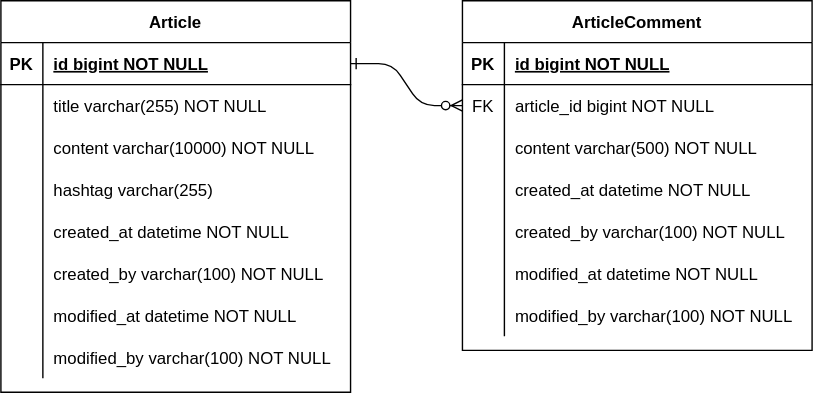
This is document/fc-board-erd.svg from bookpark/fc-board, a draw.io export, as it was before one commit. Source tidied: cells renumbered, new cells last; positions are measured from the earlier drawing's top-left corner, leaving out a move shared by most shapes.
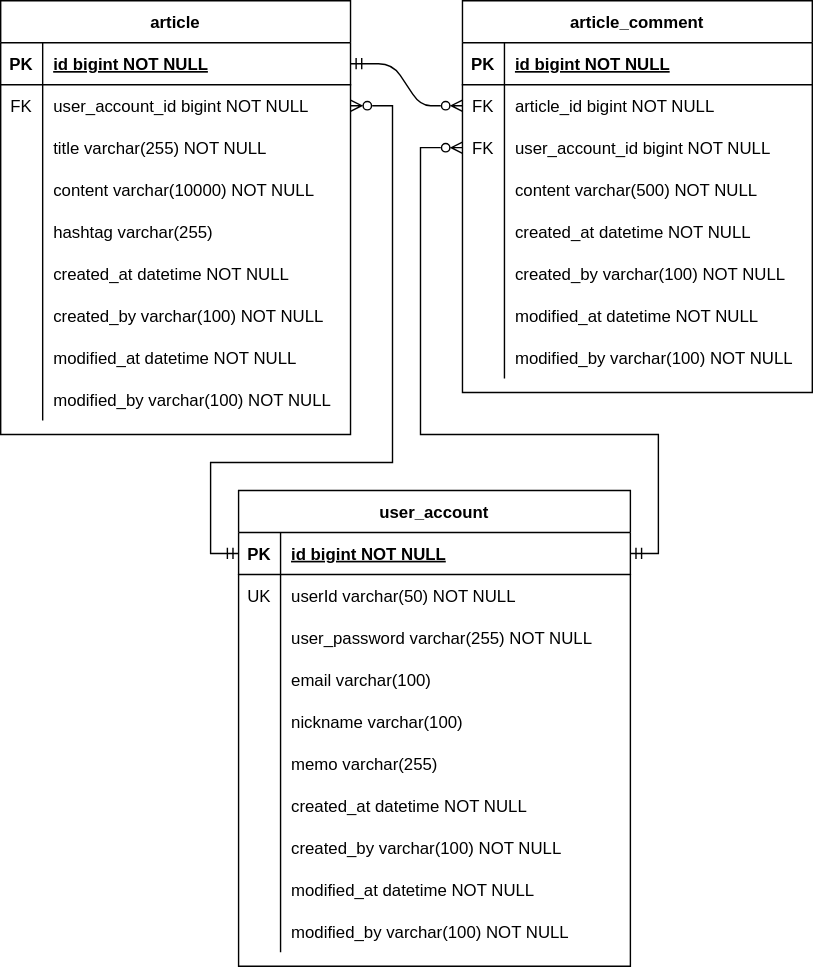
The same diagram one commit later.

Commit message:
ERD Update: user_account 추가

Change to the diagram source:
```diff
@@ -2,11 +2,11 @@
   <root>
     <mxCell id="0" />
     <mxCell id="1" parent="0" />
-    <mxCell id="2" style="edgeStyle=entityRelationEdgeStyle;endArrow=ERzeroToMany;startArrow=ERone;endFill=1;startFill=0;" parent="1" edge="1" source="26" target="7">
+    <mxCell id="2" style="edgeStyle=entityRelationEdgeStyle;endArrow=ERzeroToMany;startArrow=ERmandOne;endFill=0;startFill=0;" parent="1" edge="1" source="26" target="7">
       <mxGeometry relative="1" as="geometry" />
     </mxCell>
-    <mxCell id="3" value="ArticleComment" style="shape=table;startSize=30;rowLines=0;fontStyle=1;align=center;" parent="1" vertex="1">
-      <mxGeometry x="330" width="250" height="250" as="geometry" />
+    <mxCell id="3" value="article_comment" style="shape=table;startSize=30;rowLines=0;fontStyle=1;align=center;" parent="1" vertex="1">
+      <mxGeometry x="330" width="250" height="280" as="geometry" />
     </mxCell>
     <mxCell id="4" style="shape=partialRectangle;fillColor=none;top=0;left=0;right=0;bottom=1;" parent="3" vertex="1">
       <mxGeometry y="30" width="250" height="30" as="geometry" />
@@ -26,8 +26,17 @@
     <mxCell id="9" value="article_id bigint NOT NULL" style="shape=partialRectangle;overflow=hidden;fillColor=none;top=0;left=0;bottom=0;right=0;align=left;spacingLeft=6;" parent="7" vertex="1">
       <mxGeometry x="30" width="220" height="30" as="geometry" />
     </mxCell>
+    <mxCell id="50" style="shape=partialRectangle;fillColor=none;points=[[0,0.5],[1,0.5]];portConstraint=eastwest;top=0;left=0;right=0;bottom=0;" parent="3" vertex="1">
+      <mxGeometry y="90" width="250" height="30" as="geometry" />
+    </mxCell>
+    <mxCell id="51" value="FK" style="shape=partialRectangle;overflow=hidden;fillColor=none;top=0;left=0;bottom=0;right=0;" parent="50" vertex="1">
+      <mxGeometry width="30" height="30" as="geometry" />
+    </mxCell>
+    <mxCell id="52" value="user_account_id bigint NOT NULL" style="shape=partialRectangle;overflow=hidden;fillColor=none;top=0;left=0;bottom=0;right=0;align=left;spacingLeft=6;" parent="50" vertex="1">
+      <mxGeometry x="30" width="220" height="30" as="geometry" />
+    </mxCell>
     <mxCell id="10" style="shape=partialRectangle;fillColor=none;top=0;left=0;right=0;bottom=0;" parent="3" vertex="1">
-      <mxGeometry y="90" width="250" height="30" as="geometry" />
+      <mxGeometry y="120" width="250" height="30" as="geometry" />
     </mxCell>
     <mxCell id="11" style="shape=partialRectangle;overflow=hidden;fillColor=none;top=0;left=0;bottom=0;right=0;" parent="10" vertex="1">
       <mxGeometry width="30" height="30" as="geometry" />
@@ -36,7 +45,7 @@
       <mxGeometry x="30" width="220" height="30" as="geometry" />
     </mxCell>
     <mxCell id="13" style="shape=partialRectangle;fillColor=none;top=0;left=0;right=0;bottom=0;" parent="3" vertex="1">
-      <mxGeometry y="120" width="250" height="30" as="geometry" />
+      <mxGeometry y="150" width="250" height="30" as="geometry" />
     </mxCell>
     <mxCell id="14" style="shape=partialRectangle;overflow=hidden;fillColor=none;top=0;left=0;bottom=0;right=0;" parent="13" vertex="1">
       <mxGeometry width="30" height="30" as="geometry" />
@@ -45,7 +54,7 @@
       <mxGeometry x="30" width="220" height="30" as="geometry" />
     </mxCell>
     <mxCell id="16" style="shape=partialRectangle;fillColor=none;top=0;left=0;right=0;bottom=0;" parent="3" vertex="1">
-      <mxGeometry y="150" width="250" height="30" as="geometry" />
+      <mxGeometry y="180" width="250" height="30" as="geometry" />
     </mxCell>
     <mxCell id="17" style="shape=partialRectangle;overflow=hidden;fillColor=none;top=0;left=0;bottom=0;right=0;" parent="16" vertex="1">
       <mxGeometry width="30" height="30" as="geometry" />
@@ -54,7 +63,7 @@
       <mxGeometry x="30" width="220" height="30" as="geometry" />
     </mxCell>
     <mxCell id="19" style="shape=partialRectangle;fillColor=none;top=0;left=0;right=0;bottom=0;" parent="3" vertex="1">
-      <mxGeometry y="180" width="250" height="30" as="geometry" />
+      <mxGeometry y="210" width="250" height="30" as="geometry" />
     </mxCell>
     <mxCell id="20" style="shape=partialRectangle;overflow=hidden;fillColor=none;top=0;left=0;bottom=0;right=0;" parent="19" vertex="1">
       <mxGeometry width="30" height="30" as="geometry" />
@@ -63,7 +72,7 @@
       <mxGeometry x="30" width="220" height="30" as="geometry" />
     </mxCell>
     <mxCell id="22" style="shape=partialRectangle;fillColor=none;top=0;left=0;right=0;bottom=0;" parent="3" vertex="1">
-      <mxGeometry y="210" width="250" height="30" as="geometry" />
+      <mxGeometry y="240" width="250" height="30" as="geometry" />
     </mxCell>
     <mxCell id="23" style="shape=partialRectangle;overflow=hidden;fillColor=none;top=0;left=0;bottom=0;right=0;" parent="22" vertex="1">
       <mxGeometry width="30" height="30" as="geometry" />
@@ -71,8 +80,8 @@
     <mxCell id="24" value="modified_by varchar(100) NOT NULL" style="shape=partialRectangle;overflow=hidden;fillColor=none;top=0;left=0;bottom=0;right=0;align=left;spacingLeft=6;" parent="22" vertex="1">
       <mxGeometry x="30" width="220" height="30" as="geometry" />
     </mxCell>
-    <mxCell id="25" value="Article" style="shape=table;startSize=30;rowLines=0;fontStyle=1;align=center;" parent="1" vertex="1">
-      <mxGeometry width="250" height="280" as="geometry" />
+    <mxCell id="25" value="article" style="shape=table;startSize=30;rowLines=0;fontStyle=1;align=center;" parent="1" vertex="1">
+      <mxGeometry width="250" height="310" as="geometry" />
     </mxCell>
     <mxCell id="26" style="shape=partialRectangle;fillColor=none;points=[[0,0.5],[1,0.5]];portConstraint=eastwest;top=0;left=0;right=0;bottom=1;" parent="25" vertex="1">
       <mxGeometry y="30" width="250" height="30" as="geometry" />
@@ -83,8 +92,17 @@
     <mxCell id="28" value="id bigint NOT NULL" style="shape=partialRectangle;overflow=hidden;fillColor=none;top=0;left=0;bottom=0;right=0;align=left;spacingLeft=6;fontStyle=5;" parent="26" vertex="1">
       <mxGeometry x="30" width="220" height="30" as="geometry" />
     </mxCell>
+    <mxCell id="53" style="shape=partialRectangle;fillColor=none;points=[[0,0.5],[1,0.5]];portConstraint=eastwest;top=0;left=0;right=0;bottom=0;" parent="25" vertex="1">
+      <mxGeometry y="60" width="250" height="30" as="geometry" />
+    </mxCell>
+    <mxCell id="54" value="FK" style="shape=partialRectangle;overflow=hidden;fillColor=none;top=0;left=0;bottom=0;right=0;" parent="53" vertex="1">
+      <mxGeometry width="30" height="30" as="geometry" />
+    </mxCell>
+    <mxCell id="55" value="user_account_id bigint NOT NULL" style="shape=partialRectangle;overflow=hidden;fillColor=none;top=0;left=0;bottom=0;right=0;align=left;spacingLeft=6;" parent="53" vertex="1">
+      <mxGeometry x="30" width="220" height="30" as="geometry" />
+    </mxCell>
     <mxCell id="29" style="shape=partialRectangle;fillColor=none;top=0;left=0;right=0;bottom=0;" parent="25" vertex="1">
-      <mxGeometry y="60" width="250" height="30" as="geometry" />
+      <mxGeometry y="90" width="250" height="30" as="geometry" />
     </mxCell>
     <mxCell id="30" style="shape=partialRectangle;overflow=hidden;fillColor=none;top=0;left=0;bottom=0;right=0;" parent="29" vertex="1">
       <mxGeometry width="30" height="30" as="geometry" />
@@ -93,7 +111,7 @@
       <mxGeometry x="30" width="220" height="30" as="geometry" />
     </mxCell>
     <mxCell id="32" style="shape=partialRectangle;fillColor=none;top=0;left=0;right=0;bottom=0;" parent="25" vertex="1">
-      <mxGeometry y="90" width="250" height="30" as="geometry" />
+      <mxGeometry y="120" width="250" height="30" as="geometry" />
     </mxCell>
     <mxCell id="33" style="shape=partialRectangle;overflow=hidden;fillColor=none;top=0;left=0;bottom=0;right=0;" parent="32" vertex="1">
       <mxGeometry width="30" height="30" as="geometry" />
@@ -102,7 +120,7 @@
       <mxGeometry x="30" width="220" height="30" as="geometry" />
     </mxCell>
     <mxCell id="35" style="shape=partialRectangle;fillColor=none;top=0;left=0;right=0;bottom=0;" parent="25" vertex="1">
-      <mxGeometry y="120" width="250" height="30" as="geometry" />
+      <mxGeometry y="150" width="250" height="30" as="geometry" />
     </mxCell>
     <mxCell id="36" style="shape=partialRectangle;overflow=hidden;fillColor=none;top=0;left=0;bottom=0;right=0;" parent="35" vertex="1">
       <mxGeometry width="30" height="30" as="geometry" />
@@ -111,7 +129,7 @@
       <mxGeometry x="30" width="220" height="30" as="geometry" />
     </mxCell>
     <mxCell id="38" style="shape=partialRectangle;fillColor=none;top=0;left=0;right=0;bottom=0;" parent="25" vertex="1">
-      <mxGeometry y="150" width="250" height="30" as="geometry" />
+      <mxGeometry y="180" width="250" height="30" as="geometry" />
     </mxCell>
     <mxCell id="39" style="shape=partialRectangle;overflow=hidden;fillColor=none;top=0;left=0;bottom=0;right=0;" parent="38" vertex="1">
       <mxGeometry width="30" height="30" as="geometry" />
@@ -120,7 +138,7 @@
       <mxGeometry x="30" width="220" height="30" as="geometry" />
     </mxCell>
     <mxCell id="41" style="shape=partialRectangle;fillColor=none;top=0;left=0;right=0;bottom=0;" parent="25" vertex="1">
-      <mxGeometry y="180" width="250" height="30" as="geometry" />
+      <mxGeometry y="210" width="250" height="30" as="geometry" />
     </mxCell>
     <mxCell id="42" style="shape=partialRectangle;overflow=hidden;fillColor=none;top=0;left=0;bottom=0;right=0;" parent="41" vertex="1">
       <mxGeometry width="30" height="30" as="geometry" />
@@ -129,7 +147,7 @@
       <mxGeometry x="30" width="220" height="30" as="geometry" />
     </mxCell>
     <mxCell id="44" style="shape=partialRectangle;fillColor=none;top=0;left=0;right=0;bottom=0;" parent="25" vertex="1">
-      <mxGeometry y="210" width="250" height="30" as="geometry" />
+      <mxGeometry y="240" width="250" height="30" as="geometry" />
     </mxCell>
     <mxCell id="45" style="shape=partialRectangle;overflow=hidden;fillColor=none;top=0;left=0;bottom=0;right=0;" parent="44" vertex="1">
       <mxGeometry width="30" height="30" as="geometry" />
@@ -138,7 +156,7 @@
       <mxGeometry x="30" width="220" height="30" as="geometry" />
     </mxCell>
     <mxCell id="47" style="shape=partialRectangle;fillColor=none;top=0;left=0;right=0;bottom=0;" parent="25" vertex="1">
-      <mxGeometry y="240" width="250" height="30" as="geometry" />
+      <mxGeometry y="270" width="250" height="30" as="geometry" />
     </mxCell>
     <mxCell id="48" style="shape=partialRectangle;overflow=hidden;fillColor=none;top=0;left=0;bottom=0;right=0;" parent="47" vertex="1">
       <mxGeometry width="30" height="30" as="geometry" />
@@ -146,5 +164,118 @@
     <mxCell id="49" value="modified_by varchar(100) NOT NULL" style="shape=partialRectangle;overflow=hidden;fillColor=none;top=0;left=0;bottom=0;right=0;align=left;spacingLeft=6;" parent="47" vertex="1">
       <mxGeometry x="30" width="220" height="30" as="geometry" />
     </mxCell>
+    <mxCell id="56" value="user_account" style="shape=table;startSize=30;rowLines=0;fontStyle=1;align=center;" parent="1" vertex="1">
+      <mxGeometry x="170" y="350" width="280" height="340" as="geometry" />
+    </mxCell>
+    <mxCell id="57" style="shape=partialRectangle;fillColor=none;points=[[0,0.5],[1,0.5]];portConstraint=eastwest;top=0;left=0;right=0;bottom=1;" parent="56" vertex="1">
+      <mxGeometry y="30" width="280" height="30" as="geometry" />
+    </mxCell>
+    <mxCell id="58" value="PK" style="shape=partialRectangle;overflow=hidden;fillColor=none;top=0;left=0;bottom=0;right=0;fontStyle=1;" parent="57" vertex="1">
+      <mxGeometry width="30" height="30" as="geometry" />
+    </mxCell>
+    <mxCell id="59" value="id bigint NOT NULL" style="shape=partialRectangle;overflow=hidden;fillColor=none;top=0;left=0;bottom=0;right=0;align=left;spacingLeft=6;fontStyle=5;" parent="57" vertex="1">
+      <mxGeometry x="30" width="250" height="30" as="geometry" />
+    </mxCell>
+    <mxCell id="60" style="shape=partialRectangle;fillColor=none;top=0;left=0;right=0;bottom=0;" parent="56" vertex="1">
+      <mxGeometry y="60" width="280" height="30" as="geometry" />
+    </mxCell>
+    <mxCell id="61" value="UK" style="shape=partialRectangle;overflow=hidden;fillColor=none;top=0;left=0;bottom=0;right=0;" parent="60" vertex="1">
+      <mxGeometry width="30" height="30" as="geometry" />
+    </mxCell>
+    <mxCell id="62" value="userId varchar(50) NOT NULL" style="shape=partialRectangle;overflow=hidden;fillColor=none;top=0;left=0;bottom=0;right=0;align=left;spacingLeft=6;" parent="60" vertex="1">
+      <mxGeometry x="30" width="250" height="30" as="geometry" />
+    </mxCell>
+    <mxCell id="63" style="shape=partialRectangle;fillColor=none;top=0;left=0;right=0;bottom=0;" parent="56" vertex="1">
+      <mxGeometry y="90" width="280" height="30" as="geometry" />
+    </mxCell>
+    <mxCell id="64" style="shape=partialRectangle;overflow=hidden;fillColor=none;top=0;left=0;bottom=0;right=0;" parent="63" vertex="1">
+      <mxGeometry width="30" height="30" as="geometry" />
+    </mxCell>
+    <mxCell id="65" value="user_password varchar(255) NOT NULL" style="shape=partialRectangle;overflow=hidden;fillColor=none;top=0;left=0;bottom=0;right=0;align=left;spacingLeft=6;" parent="63" vertex="1">
+      <mxGeometry x="30" width="250" height="30" as="geometry" />
+    </mxCell>
+    <mxCell id="66" style="shape=partialRectangle;fillColor=none;top=0;left=0;right=0;bottom=0;" parent="56" vertex="1">
+      <mxGeometry y="120" width="280" height="30" as="geometry" />
+    </mxCell>
+    <mxCell id="67" style="shape=partialRectangle;overflow=hidden;fillColor=none;top=0;left=0;bottom=0;right=0;" parent="66" vertex="1">
+      <mxGeometry width="30" height="30" as="geometry" />
+    </mxCell>
+    <mxCell id="68" value="email varchar(100)" style="shape=partialRectangle;overflow=hidden;fillColor=none;top=0;left=0;bottom=0;right=0;align=left;spacingLeft=6;" parent="66" vertex="1">
+      <mxGeometry x="30" width="250" height="30" as="geometry" />
+    </mxCell>
+    <mxCell id="69" style="shape=partialRectangle;fillColor=none;top=0;left=0;right=0;bottom=0;" parent="56" vertex="1">
+      <mxGeometry y="150" width="280" height="30" as="geometry" />
+    </mxCell>
+    <mxCell id="70" style="shape=partialRectangle;overflow=hidden;fillColor=none;top=0;left=0;bottom=0;right=0;" parent="69" vertex="1">
+      <mxGeometry width="30" height="30" as="geometry" />
+    </mxCell>
+    <mxCell id="71" value="nickname varchar(100)" style="shape=partialRectangle;overflow=hidden;fillColor=none;top=0;left=0;bottom=0;right=0;align=left;spacingLeft=6;" parent="69" vertex="1">
+      <mxGeometry x="30" width="250" height="30" as="geometry" />
+    </mxCell>
+    <mxCell id="72" style="shape=partialRectangle;fillColor=none;top=0;left=0;right=0;bottom=0;" parent="56" vertex="1">
+      <mxGeometry y="180" width="280" height="30" as="geometry" />
+    </mxCell>
+    <mxCell id="73" style="shape=partialRectangle;overflow=hidden;fillColor=none;top=0;left=0;bottom=0;right=0;" parent="72" vertex="1">
+      <mxGeometry width="30" height="30" as="geometry" />
+    </mxCell>
+    <mxCell id="74" value="memo varchar(255)" style="shape=partialRectangle;overflow=hidden;fillColor=none;top=0;left=0;bottom=0;right=0;align=left;spacingLeft=6;" parent="72" vertex="1">
+      <mxGeometry x="30" width="250" height="30" as="geometry" />
+    </mxCell>
+    <mxCell id="75" style="shape=partialRectangle;fillColor=none;top=0;left=0;right=0;bottom=0;" parent="56" vertex="1">
+      <mxGeometry y="210" width="280" height="30" as="geometry" />
+    </mxCell>
+    <mxCell id="76" style="shape=partialRectangle;overflow=hidden;fillColor=none;top=0;left=0;bottom=0;right=0;" parent="75" vertex="1">
+      <mxGeometry width="30" height="30" as="geometry" />
+    </mxCell>
+    <mxCell id="77" value="created_at datetime NOT NULL" style="shape=partialRectangle;overflow=hidden;fillColor=none;top=0;left=0;bottom=0;right=0;align=left;spacingLeft=6;" parent="75" vertex="1">
+      <mxGeometry x="30" width="250" height="30" as="geometry" />
+    </mxCell>
+    <mxCell id="78" style="shape=partialRectangle;fillColor=none;top=0;left=0;right=0;bottom=0;" parent="56" vertex="1">
+      <mxGeometry y="240" width="280" height="30" as="geometry" />
+    </mxCell>
+    <mxCell id="79" style="shape=partialRectangle;overflow=hidden;fillColor=none;top=0;left=0;bottom=0;right=0;" parent="78" vertex="1">
+      <mxGeometry width="30" height="30" as="geometry" />
+    </mxCell>
+    <mxCell id="80" value="created_by varchar(100) NOT NULL" style="shape=partialRectangle;overflow=hidden;fillColor=none;top=0;left=0;bottom=0;right=0;align=left;spacingLeft=6;" parent="78" vertex="1">
+      <mxGeometry x="30" width="250" height="30" as="geometry" />
+    </mxCell>
+    <mxCell id="81" style="shape=partialRectangle;fillColor=none;top=0;left=0;right=0;bottom=0;" parent="56" vertex="1">
+      <mxGeometry y="270" width="280" height="30" as="geometry" />
+    </mxCell>
+    <mxCell id="82" style="shape=partialRectangle;overflow=hidden;fillColor=none;top=0;left=0;bottom=0;right=0;" parent="81" vertex="1">
+      <mxGeometry width="30" height="30" as="geometry" />
+    </mxCell>
+    <mxCell id="83" value="modified_at datetime NOT NULL" style="shape=partialRectangle;overflow=hidden;fillColor=none;top=0;left=0;bottom=0;right=0;align=left;spacingLeft=6;" parent="81" vertex="1">
+      <mxGeometry x="30" width="250" height="30" as="geometry" />
+    </mxCell>
+    <mxCell id="84" style="shape=partialRectangle;fillColor=none;top=0;left=0;right=0;bottom=0;" parent="56" vertex="1">
+      <mxGeometry y="300" width="280" height="30" as="geometry" />
+    </mxCell>
+    <mxCell id="85" style="shape=partialRectangle;overflow=hidden;fillColor=none;top=0;left=0;bottom=0;right=0;" parent="84" vertex="1">
+      <mxGeometry width="30" height="30" as="geometry" />
+    </mxCell>
+    <mxCell id="86" value="modified_by varchar(100) NOT NULL" style="shape=partialRectangle;overflow=hidden;fillColor=none;top=0;left=0;bottom=0;right=0;align=left;spacingLeft=6;" parent="84" vertex="1">
+      <mxGeometry x="30" width="250" height="30" as="geometry" />
+    </mxCell>
+    <mxCell id="87" style="edgeStyle=orthogonalEdgeStyle;rounded=0;jettySize=auto;html=1;exitX=1;exitY=0.5;exitDx=0;exitDy=0;entryX=0;entryY=0.5;entryDx=0;entryDy=0;fontSize=12;startSize=6;endSize=6;endArrow=ERzeroToMany;endFill=0;startArrow=ERmandOne;startFill=0;" parent="1" edge="1" source="57" target="50">
+      <mxGeometry relative="1" as="geometry">
+        <Array as="points">
+          <mxPoint x="470" y="395" />
+          <mxPoint x="470" y="310" />
+          <mxPoint x="300" y="310" />
+          <mxPoint x="300" y="105" />
+        </Array>
+      </mxGeometry>
+    </mxCell>
+    <mxCell id="88" style="edgeStyle=orthogonalEdgeStyle;rounded=0;jettySize=auto;html=1;exitX=0;exitY=0.5;exitDx=0;exitDy=0;entryX=1;entryY=0.5;entryDx=0;entryDy=0;fontSize=12;startSize=6;endSize=6;endArrow=ERzeroToMany;endFill=0;startArrow=ERmandOne;startFill=0;" parent="1" edge="1" source="57" target="53">
+      <mxGeometry relative="1" as="geometry">
+        <Array as="points">
+          <mxPoint x="150" y="395" />
+          <mxPoint x="150" y="330" />
+          <mxPoint x="280" y="330" />
+          <mxPoint x="280" y="75" />
+        </Array>
+      </mxGeometry>
+    </mxCell>
   </root>
 </mxGraphModel>
```
